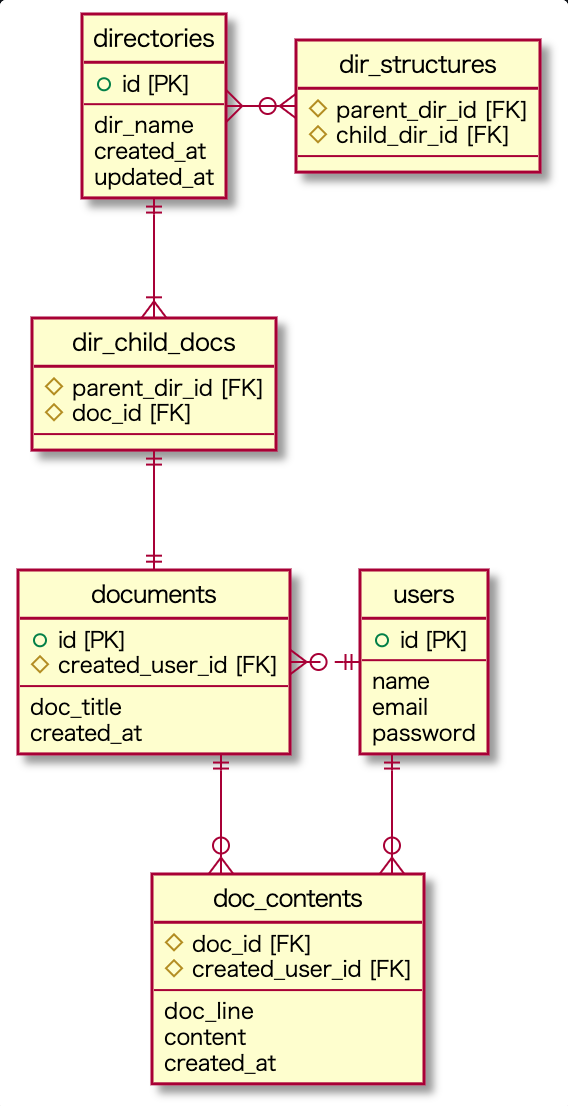
Before: db/modeling/03/er.png, a diagram exported from PlantUML (umirai/PrahaChallenge). Its source is kept beside it as db/modeling/03/er.pu.
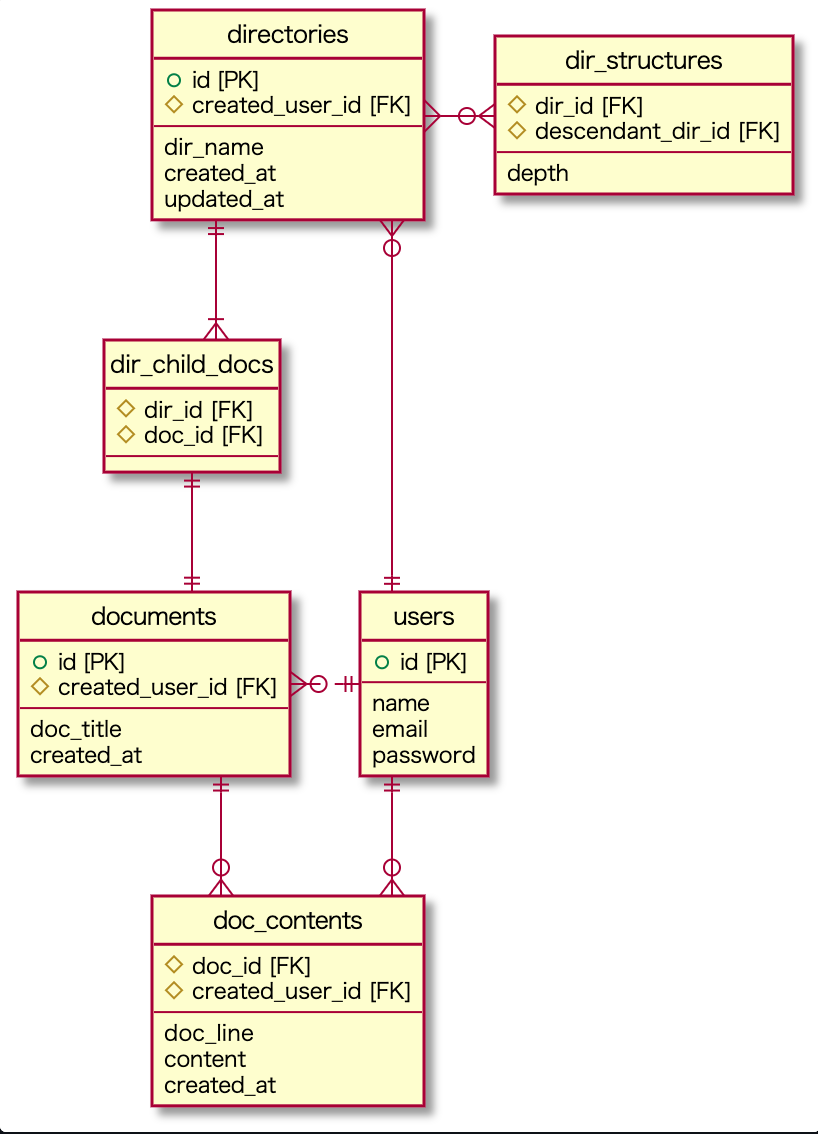
After the commit.

Commit message:
[Fix]ディレクトリとユーザー間にリレーションを追加＆階層構造に深さを追加

Change to the diagram source:
```diff
@@ -13,6 +13,7 @@
 
 entity "directories" {
   + id [PK]
+  # created_user_id [FK]
   --
   dir_name   /'ディレクトリ名'/
   created_at /'作成日'/
@@ -28,14 +29,15 @@
 }
 
 entity "dir_structures" {
-  # parent_dir_id [FK] /'親ディレクトリID'/
-  # child_dir_id [FK]  /'子ディレクトリID'/
+  # dir_id [FK] 　　　       /'ディレクトリID'/
+  # descendant_dir_id [FK]  /'子孫ディレクトリID'/
   --
+  depth                     /'自身から見た階層の深さ'/
 }
 
 entity "dir_child_docs" {
-  # parent_dir_id [FK] /'親ディレクトリID'/
-  # doc_id [FK]        /'ドキュメントID'/
+  # dir_id [FK] /'ディレクトリID'/
+  # doc_id [FK] /'ドキュメントID'/
   --
 }
 
@@ -51,6 +53,7 @@
 
 directories }-r-o{ dir_structures
 directories ||-d-|{ dir_child_docs
+directories }o--|| users
 dir_child_docs ||-d-|| documents
 documents ||-d-o{ doc_contents
 documents }o.r.|| users
```
